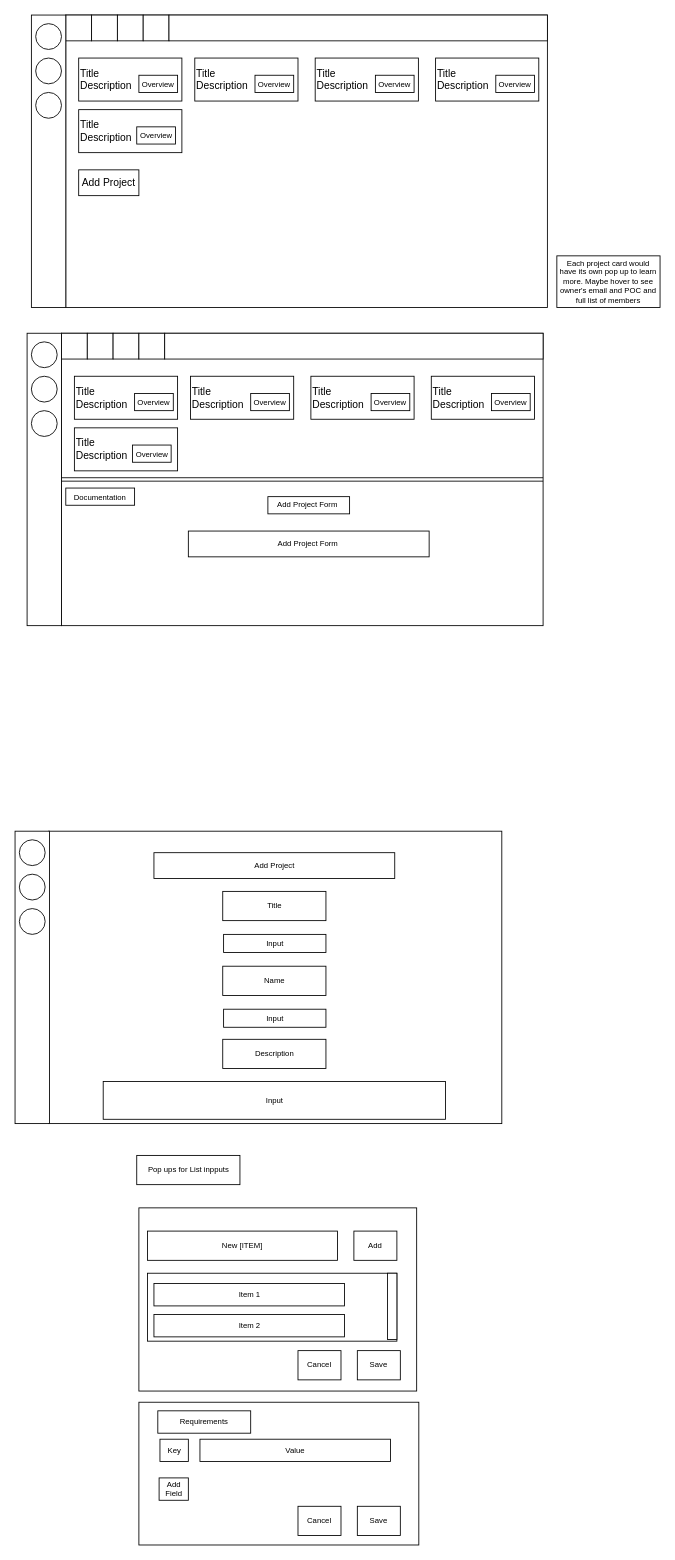
Earlier version of the draw.io diagram design.dio (nrel-pipes/pipes-web). Source tidied: cells renumbered, new cells numbered last; positions are measured from the earlier drawing's top-left corner, leaving out a move shared by most shapes. Both pictures are drawn from the tidied source at 86%, with x=0, y=0 at pixel (15, 15).
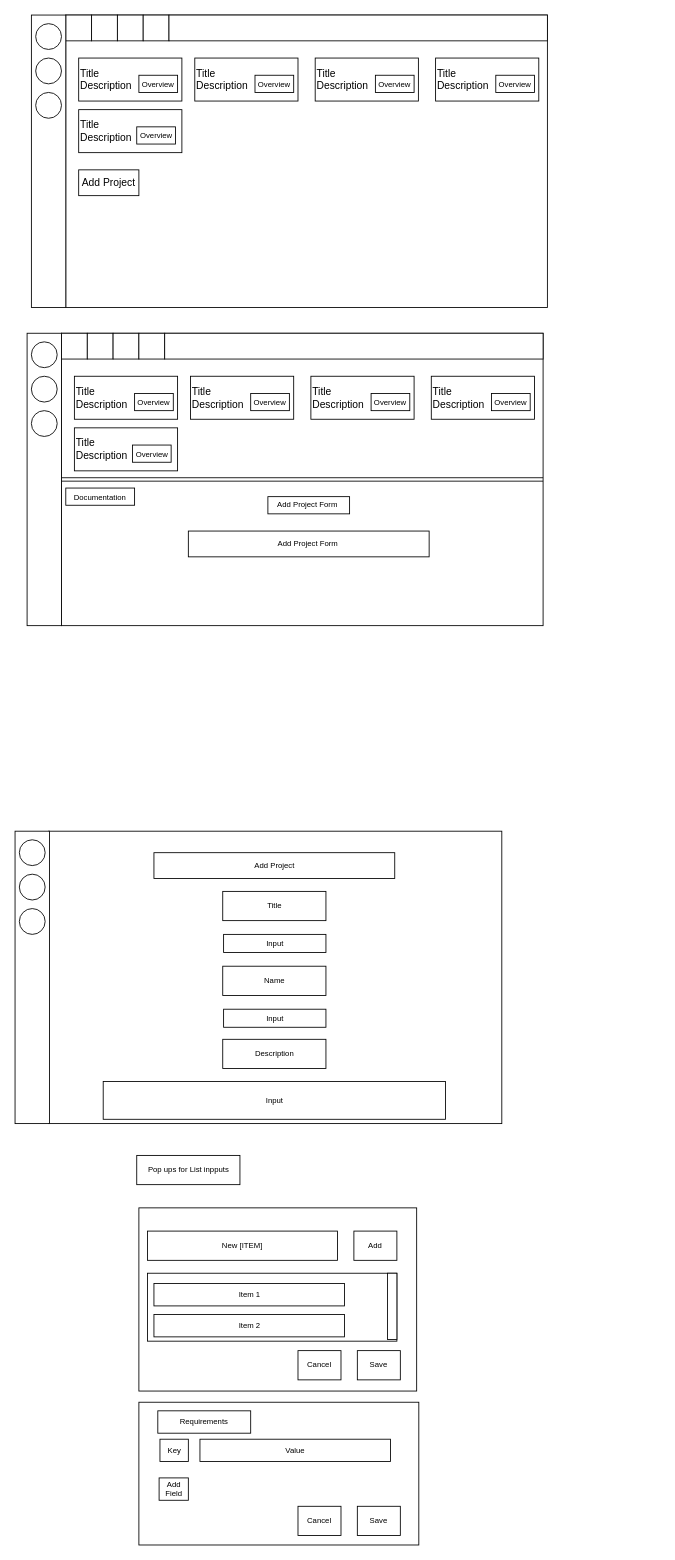
The same page after the edit.

What changed in the source:
```diff
@@
-    <mxCell id="47" value="Each project card would have its own pop up to learn more. Maybe hover to see owner's email and POC and full list of members" style="whiteSpace=wrap;html=1;fontSize=9;" parent="1" vertex="1">
-      <mxGeometry x="630" y="280" width="120" height="60" as="geometry" />
-    </mxCell>
```
